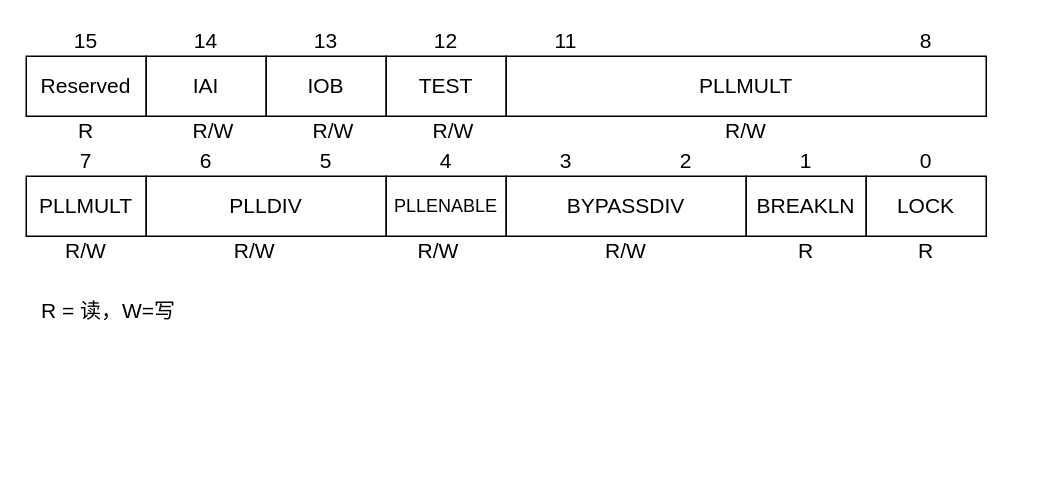
wangde99/robot keeps this draw.io diagram as page "Page-3" (3 of 5) of 5509a_pll.drawio. Above is the earlier version. Source tidied: cells renumbered, new cells numbered last; positions are measured from the earlier drawing's top-left corner, leaving out a move shared by most shapes. Both pictures are drawn from the tidied source at 150%, with x=0, y=0 at pixel (26, 26).
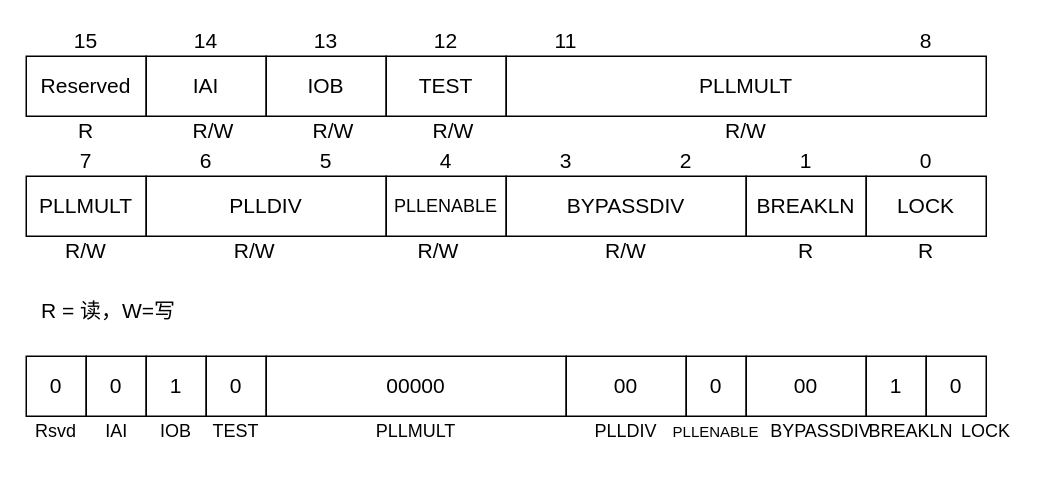
Above is the later version.

The edit, as a diff of the source:
```diff
@@
+    <mxCell id="50" value="&lt;font style=&quot;font-size: 14px&quot;&gt;0&lt;/font&gt;" style="rounded=0;whiteSpace=wrap;html=1;" parent="1" vertex="1">
+      <mxGeometry y="220" width="40" height="40" as="geometry" />
+    </mxCell>
+    <mxCell id="51" value="&lt;font style=&quot;font-size: 14px&quot;&gt;0&lt;/font&gt;" style="rounded=0;whiteSpace=wrap;html=1;" parent="1" vertex="1">
+      <mxGeometry x="40" y="220" width="40" height="40" as="geometry" />
+    </mxCell>
+    <mxCell id="52" value="&lt;font style=&quot;font-size: 14px&quot;&gt;1&lt;/font&gt;" style="rounded=0;whiteSpace=wrap;html=1;" parent="1" vertex="1">
+      <mxGeometry x="80" y="220" width="40" height="40" as="geometry" />
+    </mxCell>
+    <mxCell id="53" value="&lt;font style=&quot;font-size: 14px&quot;&gt;0&lt;/font&gt;" style="rounded=0;whiteSpace=wrap;html=1;" parent="1" vertex="1">
+      <mxGeometry x="120" y="220" width="40" height="40" as="geometry" />
+    </mxCell>
+    <mxCell id="54" value="&lt;font style=&quot;font-size: 14px&quot;&gt;00000&lt;/font&gt;" style="rounded=0;whiteSpace=wrap;html=1;" parent="1" vertex="1">
+      <mxGeometry x="160" y="220" width="200" height="40" as="geometry" />
+    </mxCell>
+    <mxCell id="55" value="&lt;font style=&quot;font-size: 14px&quot;&gt;00&lt;/font&gt;" style="rounded=0;whiteSpace=wrap;html=1;" parent="1" vertex="1">
+      <mxGeometry x="360" y="220" width="80" height="40" as="geometry" />
+    </mxCell>
+    <mxCell id="56" value="&lt;font style=&quot;font-size: 14px&quot;&gt;0&lt;/font&gt;" style="rounded=0;whiteSpace=wrap;html=1;" parent="1" vertex="1">
+      <mxGeometry x="440" y="220" width="40" height="40" as="geometry" />
+    </mxCell>
+    <mxCell id="57" value="&lt;font style=&quot;font-size: 14px&quot;&gt;00&lt;/font&gt;" style="rounded=0;whiteSpace=wrap;html=1;" parent="1" vertex="1">
+      <mxGeometry x="480" y="220" width="80" height="40" as="geometry" />
+    </mxCell>
+    <mxCell id="58" value="&lt;font style=&quot;font-size: 14px&quot;&gt;1&lt;/font&gt;" style="rounded=0;whiteSpace=wrap;html=1;" parent="1" vertex="1">
+      <mxGeometry x="560" y="220" width="40" height="40" as="geometry" />
+    </mxCell>
+    <mxCell id="59" value="Rsvd" style="text;html=1;strokeColor=none;fillColor=none;align=center;verticalAlign=middle;whiteSpace=wrap;rounded=0;" parent="1" vertex="1">
+      <mxGeometry y="260" width="40" height="20" as="geometry" />
+    </mxCell>
+    <mxCell id="60" value="IAI" style="text;html=1;align=center;verticalAlign=middle;" parent="1" vertex="1">
+      <mxGeometry x="45" y="260" width="30" height="20" as="geometry" />
+    </mxCell>
+    <mxCell id="61" value="&lt;font style=&quot;font-size: 14px&quot;&gt;0&lt;/font&gt;" style="rounded=0;whiteSpace=wrap;html=1;" parent="1" vertex="1">
+      <mxGeometry x="600" y="220" width="40" height="40" as="geometry" />
+    </mxCell>
+    <mxCell id="62" value="IOB" style="text;html=1;strokeColor=none;fillColor=none;align=center;verticalAlign=middle;whiteSpace=wrap;rounded=0;" parent="1" vertex="1">
+      <mxGeometry x="80" y="260" width="40" height="20" as="geometry" />
+    </mxCell>
+    <mxCell id="63" value="TEST" style="text;html=1;strokeColor=none;fillColor=none;align=center;verticalAlign=middle;whiteSpace=wrap;rounded=0;" parent="1" vertex="1">
+      <mxGeometry x="120" y="260" width="40" height="20" as="geometry" />
+    </mxCell>
+    <mxCell id="64" value="PLLMULT" style="text;html=1;strokeColor=none;fillColor=none;align=center;verticalAlign=middle;whiteSpace=wrap;rounded=0;" parent="1" vertex="1">
+      <mxGeometry x="240" y="260" width="40" height="20" as="geometry" />
+    </mxCell>
+    <mxCell id="65" value="PLLDIV" style="text;html=1;strokeColor=none;fillColor=none;align=center;verticalAlign=middle;whiteSpace=wrap;rounded=0;" parent="1" vertex="1">
+      <mxGeometry x="380" y="260" width="40" height="20" as="geometry" />
+    </mxCell>
+    <mxCell id="66" value="&lt;font style=&quot;font-size: 10px&quot;&gt;PLLENABLE&lt;/font&gt;" style="text;html=1;strokeColor=none;fillColor=none;align=center;verticalAlign=middle;whiteSpace=wrap;rounded=0;" parent="1" vertex="1">
+      <mxGeometry x="440" y="260" width="40" height="20" as="geometry" />
+    </mxCell>
+    <mxCell id="67" value="BYPASSDIV" style="text;html=1;strokeColor=none;fillColor=none;align=center;verticalAlign=middle;whiteSpace=wrap;rounded=0;" parent="1" vertex="1">
+      <mxGeometry x="510" y="260" width="40" height="20" as="geometry" />
+    </mxCell>
+    <mxCell id="68" style="edgeStyle=orthogonalEdgeStyle;rounded=0;orthogonalLoop=1;jettySize=auto;html=1;exitX=0.5;exitY=1;exitDx=0;exitDy=0;" parent="1" edge="1" source="67" target="67">
+      <mxGeometry relative="1" as="geometry" />
+    </mxCell>
+    <mxCell id="69" value="BREAKLN" style="text;html=1;strokeColor=none;fillColor=none;align=center;verticalAlign=middle;whiteSpace=wrap;rounded=0;" parent="1" vertex="1">
+      <mxGeometry x="570" y="260" width="40" height="20" as="geometry" />
+    </mxCell>
+    <mxCell id="70" value="LOCK" style="text;html=1;strokeColor=none;fillColor=none;align=center;verticalAlign=middle;whiteSpace=wrap;rounded=0;" parent="1" vertex="1">
+      <mxGeometry x="620" y="260" width="40" height="20" as="geometry" />
+    </mxCell>
```
